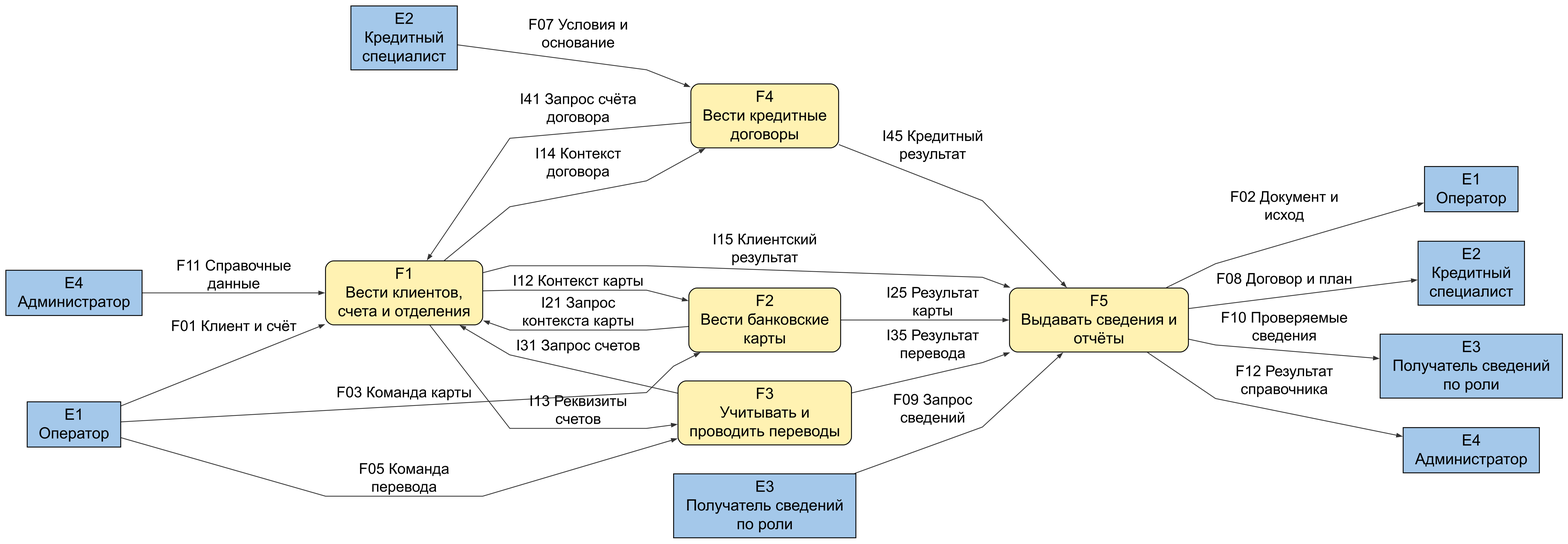
Before: figures/B2_dfd.png, a diagram exported from Graphviz (qwertyvich/IT-project). Its source is kept beside it as figures/B2_dfd.dot. Source of this version:
```dot
digraph B2_dfd {
graph [rankdir=LR, bgcolor="white", pad=.12, nodesep=.35, ranksep=.65, splines=polyline, outputorder=edgesfirst];
node [fontname="Arial", fontsize=23, margin=".12,.08", penwidth=1.3];
edge [fontname="Arial", fontsize=22, color="#333333", penwidth=1.2, arrowsize=.75];
graph [nodesep=.6, ranksep=1.1];
"E1_out" [label="E1\nОператор", shape="box", style="filled", fillcolor="#A4C8EA", width="1.917"];
"F1" [label="F1\nВести клиентов,\nсчета и отделения", shape="box", style="rounded,filled", fillcolor="#FFF2B2", width="3.222"];
E1_out -> F1 [label="F01 Клиент и счёт"];
"F2" [label="F2\nВести банковские\nкарты", shape="box", style="rounded,filled", fillcolor="#FFF2B2", width="3.111"];
E1_out -> F2 [label="F03 Команда карты"];
"F3" [label="F3\nУчитывать и\nпроводить переводы", shape="box", style="rounded,filled", fillcolor="#FFF2B2", width="3.556"];
E1_out -> F3 [label="F05 Команда\nперевода"];
"E2_out" [label="E2\nКредитный\nспециалист", shape="box", style="filled", fillcolor="#A4C8EA", width="2.181"];
"F4" [label="F4\nВести кредитные\nдоговоры", shape="box", style="rounded,filled", fillcolor="#FFF2B2", width="3.028"];
E2_out -> F4 [label="F07 Условия и\nоснование"];
"E3_out" [label="E3\nПолучатель сведений\nпо роли", shape="box", style="filled", fillcolor="#A4C8EA", width="3.736"];
"F5" [label="F5\nВыдавать сведения и\nотчёты", shape="box", style="rounded,filled", fillcolor="#FFF2B2", width="3.667"];
E3_out -> F5 [label="F09 Запрос\nсведений"];
"E4_out" [label="E4\nАдминистратор", shape="box", style="filled", fillcolor="#A4C8EA", width="2.792"];
E4_out -> F1 [label="F11 Справочные\nданные"];
"E1_in" [label="E1\nОператор", shape="box", style="filled", fillcolor="#A4C8EA", width="1.917"];
F5 -> E1_in [label="F02 Документ и\nисход"];
"E2_in" [label="E2\nКредитный\nспециалист", shape="box", style="filled", fillcolor="#A4C8EA", width="2.181"];
F5 -> E2_in [label="F08 Договор и план"];
"E3_in" [label="E3\nПолучатель сведений\nпо роли", shape="box", style="filled", fillcolor="#A4C8EA", width="3.736"];
F5 -> E3_in [label="F10 Проверяемые\nсведения"];
"E4_in" [label="E4\nАдминистратор", shape="box", style="filled", fillcolor="#A4C8EA", width="2.792"];
F5 -> E4_in [label="F12 Результат\nсправочника"];
F2 -> F1 [label="I21 Запрос\nконтекста карты"];
F1 -> F2 [label="I12 Контекст карты"];
F3 -> F1 [label="I31 Запрос счетов"];
F1 -> F3 [label="I13 Реквизиты\nсчетов"];
F4 -> F1 [label="I41 Запрос счёта\nдоговора"];
F1 -> F4 [label="I14 Контекст\nдоговора"];
F1 -> F5 [label="I15 Клиентский\nрезультат"];
F2 -> F5 [label="I25 Результат\nкарты"];
F3 -> F5 [label="I35 Результат\nперевода"];
F4 -> F5 [label="I45 Кредитный\nрезультат"];
{rank=same; F2; F3; F4;}
}
```
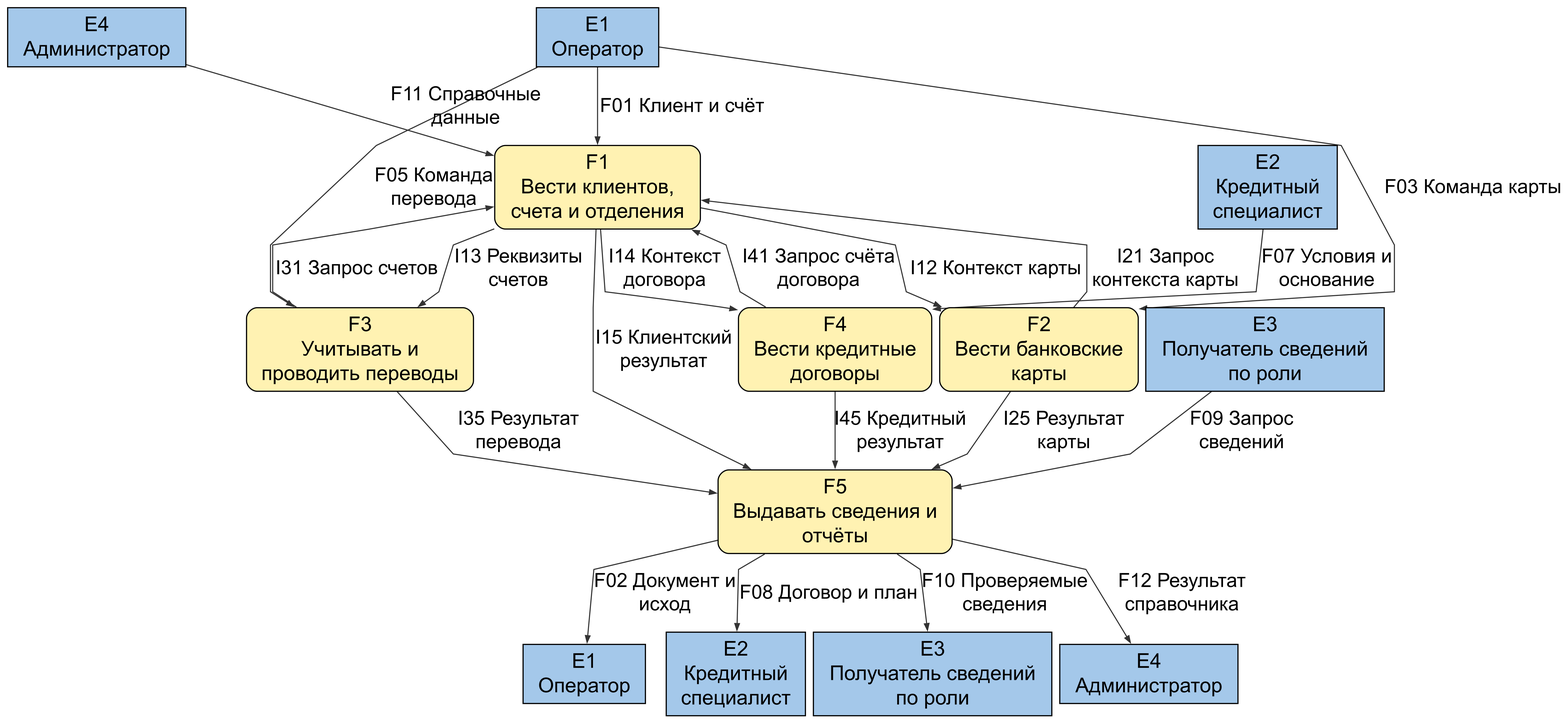
Above is the later version.

Diff of the diagram source:
```diff
@@ -1,8 +1,8 @@
 digraph B2_dfd {
-graph [rankdir=LR, bgcolor="white", pad=.12, nodesep=.35, ranksep=.65, splines=polyline, outputorder=edgesfirst];
+graph [rankdir=TB, bgcolor="white", pad=.12, nodesep=.35, ranksep=.65, splines=polyline, outputorder=edgesfirst];
 node [fontname="Arial", fontsize=23, margin=".12,.08", penwidth=1.3];
 edge [fontname="Arial", fontsize=22, color="#333333", penwidth=1.2, arrowsize=.75];
-graph [nodesep=.6, ranksep=1.1];
+graph [nodesep=.12, ranksep=.5];
 "E1_out" [label="E1\nОператор", shape="box", style="filled", fillcolor="#A4C8EA", width="1.917"];
 "F1" [label="F1\nВести клиентов,\nсчета и отделения", shape="box", style="rounded,filled", fillcolor="#FFF2B2", width="3.222"];
 E1_out -> F1 [label="F01 Клиент и счёт"];
```
